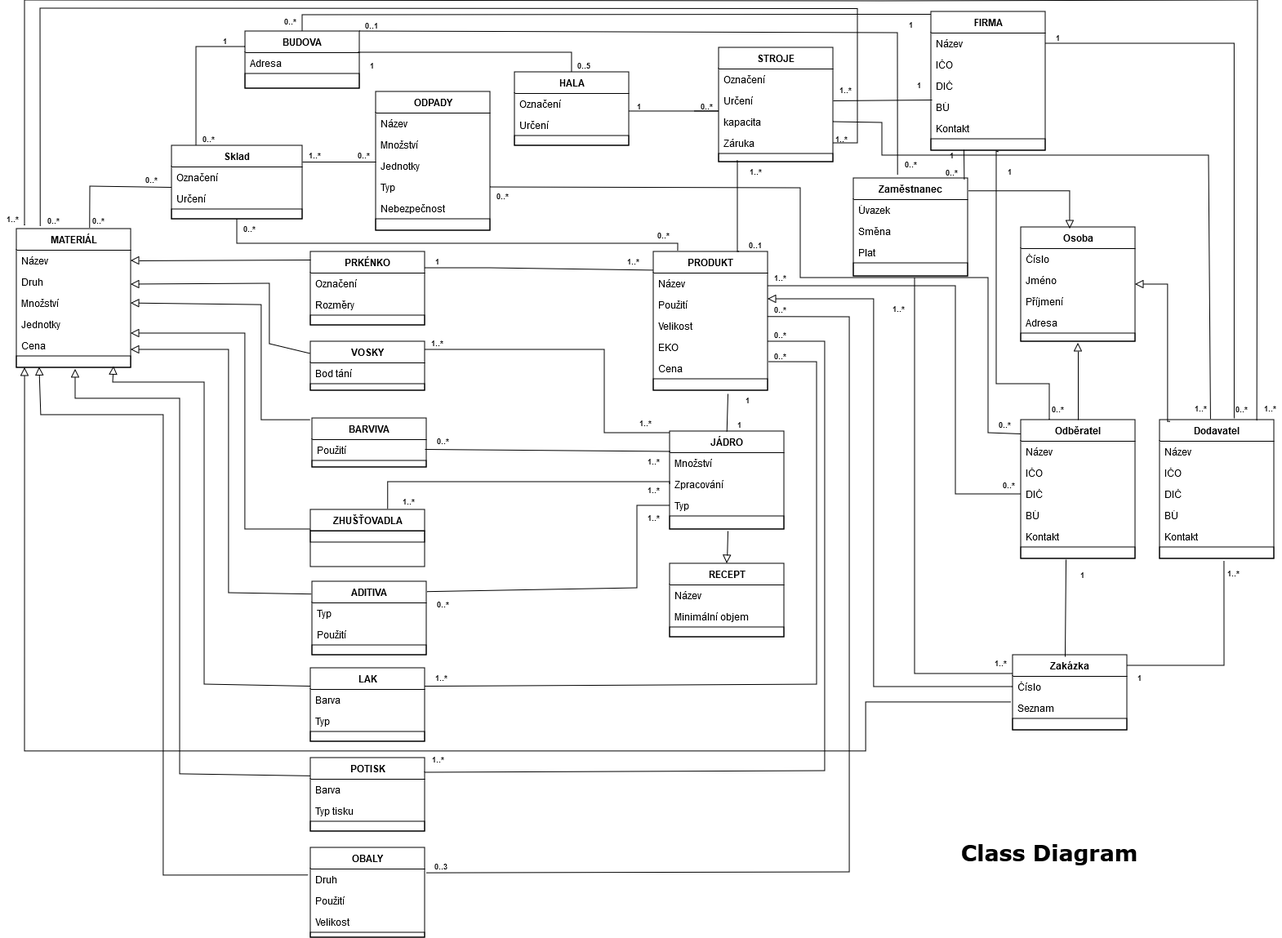
Earlier version of the draw.io export SW_ING/Kosmeticka_tuzka.drawio.png (KarelMasa/pg). Source tidied: cells renumbered, new cells last; positions are measured from the earlier drawing's top-left corner, leaving out a move shared by most shapes.
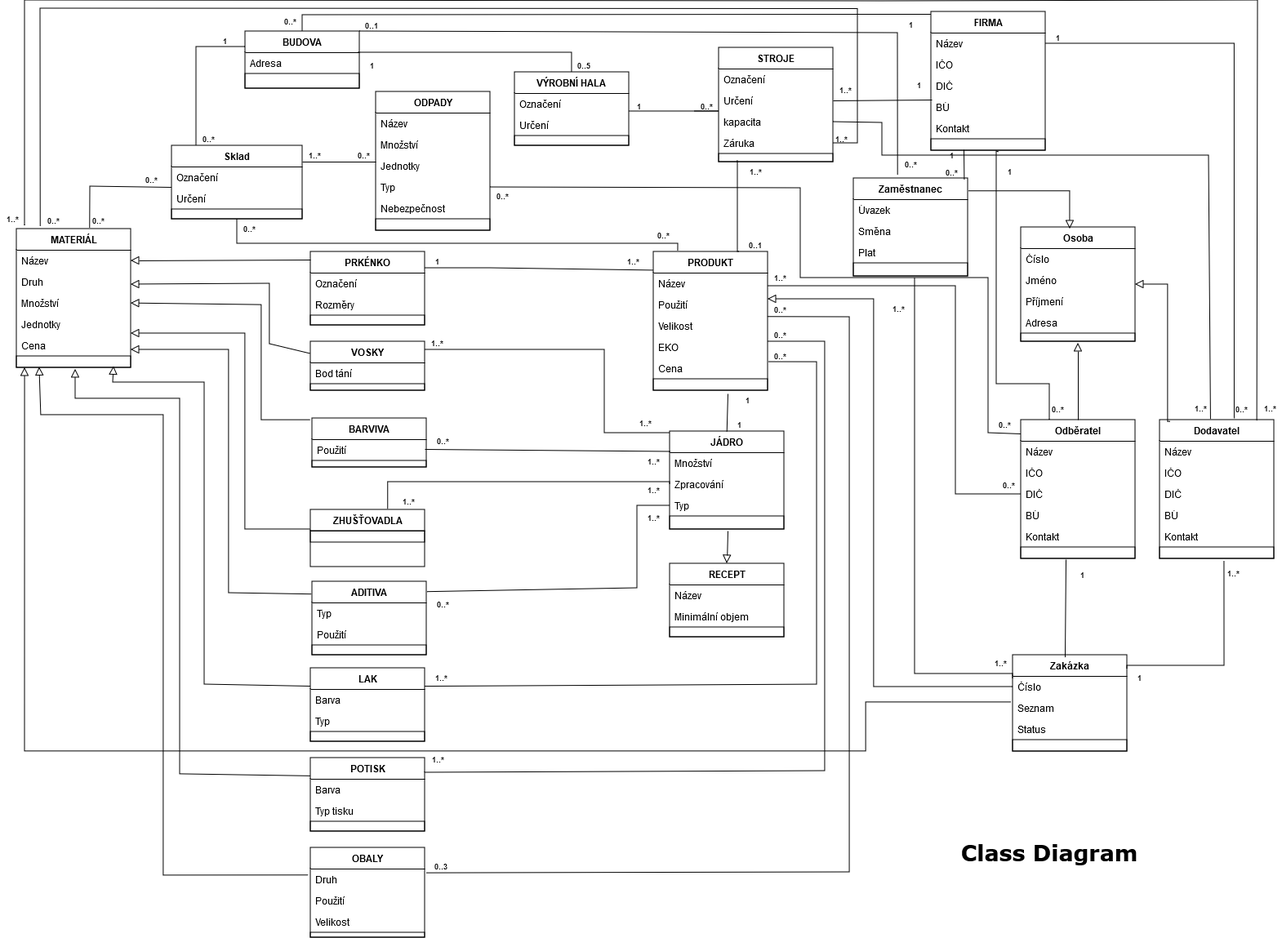
After the change.

Change to the diagram source:
```diff
@@ -173,7 +173,7 @@
     <mxCell id="58" style="text;strokeColor=default;fillColor=none;align=left;verticalAlign=top;spacingLeft=4;spacingRight=4;overflow=hidden;whiteSpace=wrap;html=1;" parent="55" vertex="1">
       <mxGeometry y="78" width="140" height="12" as="geometry" />
     </mxCell>
-    <mxCell id="59" value="&lt;b&gt;HALA&lt;/b&gt;" style="swimlane;fontStyle=0;horizontal=1;startSize=26;fillColor=none;whiteSpace=wrap;html=1;" parent="1" vertex="1">
+    <mxCell id="59" value="&lt;b&gt;VÝROBNÍ HALA&lt;br&gt;&lt;/b&gt;" style="swimlane;fontStyle=0;horizontal=1;startSize=26;fillColor=none;whiteSpace=wrap;html=1;" parent="1" vertex="1">
       <mxGeometry x="630" y="88" width="140" height="90" as="geometry" />
     </mxCell>
     <mxCell id="60" value="Označení" style="text;strokeColor=none;fillColor=none;align=left;verticalAlign=top;spacingLeft=4;spacingRight=4;overflow=hidden;whiteSpace=wrap;html=1;" parent="59" vertex="1">
@@ -787,7 +787,7 @@
       <mxGeometry x="1110" y="92" width="30" height="20" as="geometry" />
     </mxCell>
     <mxCell id="204" value="&lt;b&gt;Zakázka&lt;/b&gt;" style="swimlane;fontStyle=0;horizontal=1;startSize=26;fillColor=none;whiteSpace=wrap;html=1;" parent="1" vertex="1">
-      <mxGeometry x="1240" y="802" width="140" height="92" as="geometry" />
+      <mxGeometry x="1240" y="802" width="140" height="118" as="geometry" />
     </mxCell>
     <mxCell id="205" value="Číslo" style="text;strokeColor=none;fillColor=none;align=left;verticalAlign=top;spacingLeft=4;spacingRight=4;overflow=hidden;points=[[0,0.5],[1,0.5]];portConstraint=eastwest;whiteSpace=wrap;html=1;" parent="204" vertex="1">
       <mxGeometry y="26" width="140" height="26" as="geometry" />
@@ -795,8 +795,11 @@
     <mxCell id="206" value="Seznam" style="text;strokeColor=none;fillColor=none;align=left;verticalAlign=top;spacingLeft=4;spacingRight=4;overflow=hidden;whiteSpace=wrap;html=1;" parent="204" vertex="1">
       <mxGeometry y="52" width="140" height="26" as="geometry" />
     </mxCell>
+    <mxCell id="219" value="Status" style="text;strokeColor=none;fillColor=none;align=left;verticalAlign=top;spacingLeft=4;spacingRight=4;overflow=hidden;whiteSpace=wrap;html=1;" parent="204" vertex="1">
+      <mxGeometry y="78" width="140" height="26" as="geometry" />
+    </mxCell>
     <mxCell id="207" style="text;strokeColor=default;fillColor=none;align=left;verticalAlign=top;spacingLeft=4;spacingRight=4;overflow=hidden;whiteSpace=wrap;html=1;" parent="204" vertex="1">
-      <mxGeometry y="78" width="140" height="14" as="geometry" />
+      <mxGeometry y="104" width="140" height="14" as="geometry" />
     </mxCell>
     <mxCell id="208" style="endArrow=none;startArrow=none;endFill=0;startFill=0;endSize=8;html=1;verticalAlign=bottom;labelBackgroundColor=none;strokeWidth=1;rounded=0;entryX=0.393;entryY=1.071;entryDx=0;entryDy=0;exitX=0.457;exitY=0.022;exitDx=0;exitDy=0;entryPerimeter=0;exitPerimeter=0;" parent="1" edge="1" source="204" target="158">
       <mxGeometry relative="1" as="geometry" />
```
